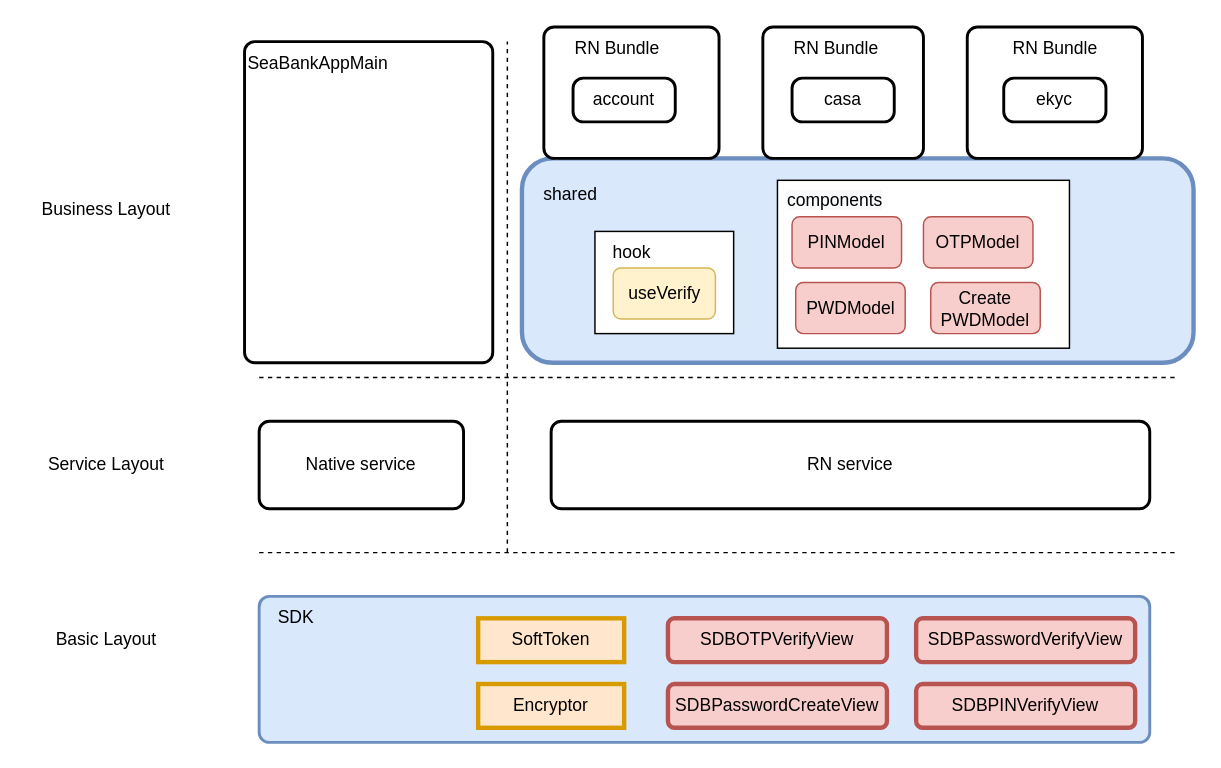
The draw.io diagram useVerify/登陆认证overall Design.drawio in RexYao97/sfrex, before the edit. Source tidied: cells renumbered, new cells numbered last; positions are measured from the earlier drawing's top-left corner, leaving out a move shared by most shapes. Both pictures are drawn from the tidied source at 146%, with x=0, y=0 at pixel (25, 26).
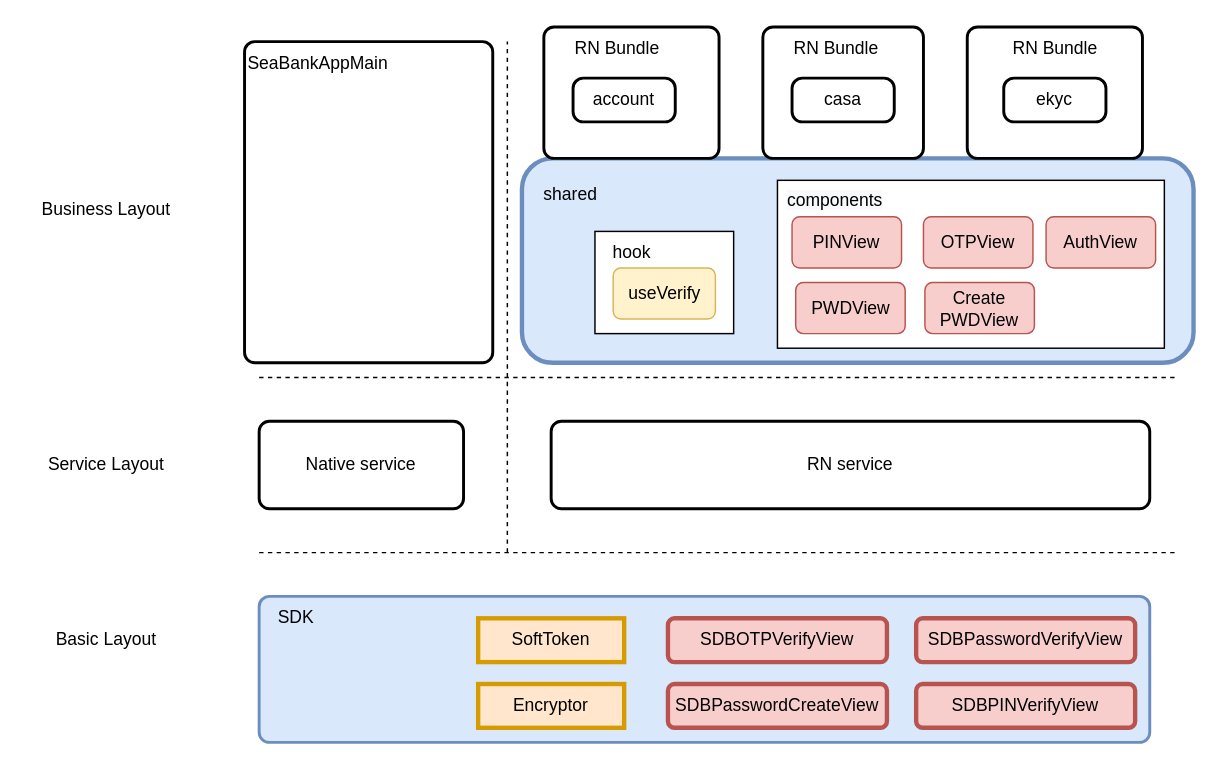
The same diagram, later.

Commit message:
更新登陆认证overall Design.drawio

What changed in the source:
```diff
@@
     <mxCell id="3" style="whiteSpace=wrap;html=1;" parent="1" vertex="1">
-      <mxGeometry x="515" y="105" width="200" height="115" as="geometry" />
+      <mxGeometry x="515" y="105" width="265" height="115" as="geometry" />
     </mxCell>
@@
-    <mxCell id="25" value="PINModel" style="rounded=1;whiteSpace=wrap;html=1;fillColor=#f8cecc;strokeColor=#b85450;" parent="1" vertex="1">
+    <mxCell id="25" value="PINView" style="rounded=1;whiteSpace=wrap;html=1;fillColor=#f8cecc;strokeColor=#b85450;" parent="1" vertex="1">
       <mxGeometry x="525" y="130" width="75" height="35" as="geometry" />
     </mxCell>
-    <mxCell id="26" value="OTPModel" style="rounded=1;whiteSpace=wrap;html=1;fillColor=#f8cecc;strokeColor=#b85450;" parent="1" vertex="1">
+    <mxCell id="26" value="OTPView" style="rounded=1;whiteSpace=wrap;html=1;fillColor=#f8cecc;strokeColor=#b85450;" parent="1" vertex="1">
       <mxGeometry x="615" y="130" width="75" height="35" as="geometry" />
     </mxCell>
@@
-    <mxCell id="28" value="PWDModel" style="rounded=1;whiteSpace=wrap;html=1;fillColor=#f8cecc;strokeColor=#b85450;" parent="1" vertex="1">
+    <mxCell id="28" value="PWDView" style="rounded=1;whiteSpace=wrap;html=1;fillColor=#f8cecc;strokeColor=#b85450;" parent="1" vertex="1">
       <mxGeometry x="527.5" y="175" width="75" height="35" as="geometry" />
     </mxCell>
@@
-    <mxCell id="32" value="Create PWDModel" style="rounded=1;whiteSpace=wrap;html=1;fillColor=#f8cecc;strokeColor=#b85450;" parent="1" vertex="1">
-      <mxGeometry x="620" y="175" width="75" height="35" as="geometry" />
+    <mxCell id="32" value="Create PWDView" style="rounded=1;whiteSpace=wrap;html=1;fillColor=#f8cecc;strokeColor=#b85450;" parent="1" vertex="1">
+      <mxGeometry x="616" y="175" width="75" height="35" as="geometry" />
     </mxCell>
@@
+    <mxCell id="40" value="AuthView" style="rounded=1;whiteSpace=wrap;html=1;fillColor=#f8cecc;strokeColor=#b85450;" parent="1" vertex="1">
+      <mxGeometry x="699" y="130" width="75" height="35" as="geometry" />
+    </mxCell>
```
